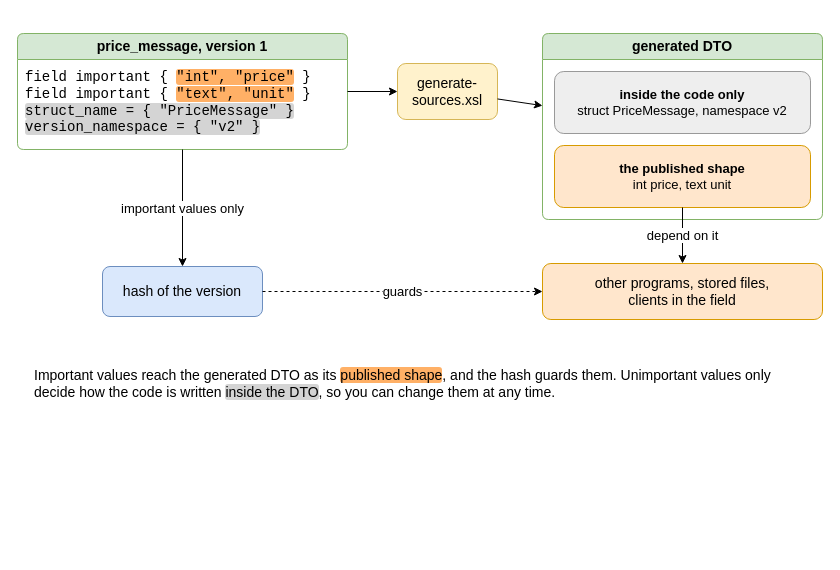
The draw.io diagram drawio/44_important_dto.drawio in goloveshin/galimatron_doc, before the edit. Source tidied: cells renumbered, new cells numbered last; positions are measured from the earlier drawing's top-left corner, leaving out a move shared by most shapes. Both pictures are drawn from the tidied source at 100%, with x=0, y=0 at pixel (17, 33).
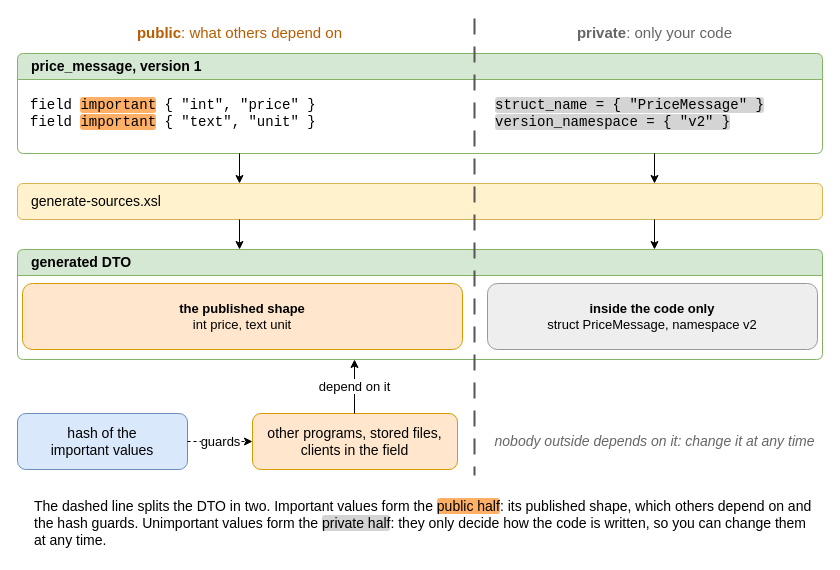
Above is the later version.

What changed in the source:
```diff
@@
+    <mxCell id="16" value="&lt;b&gt;public&lt;/b&gt;: what others depend on" style="text;html=1;whiteSpace=wrap;verticalAlign=middle;align=center;fontSize=15;fontColor=#b85c00;" parent="1" vertex="1">
+      <mxGeometry y="-15" width="445" height="28" as="geometry" />
+    </mxCell>
+    <mxCell id="17" value="&lt;b&gt;private&lt;/b&gt;: only your code" style="text;html=1;whiteSpace=wrap;verticalAlign=middle;align=center;fontSize=15;fontColor=#666666;" parent="1" vertex="1">
+      <mxGeometry x="470" y="-15" width="335" height="28" as="geometry" />
+    </mxCell>
-    <mxCell id="2" value="price_message, version 1" style="swimlane;whiteSpace=wrap;html=1;rounded=1;arcSize=8;startSize=26;fillColor=#d5e8d4;strokeColor=#82b366;swimlaneFillColor=#ffffff;fontStyle=1;fontSize=14;align=center;" parent="1" vertex="1">
-      <mxGeometry width="330" height="116" as="geometry" />
+    <mxCell id="2" value="price_message, version 1" style="swimlane;whiteSpace=wrap;html=1;rounded=1;arcSize=8;startSize=26;fillColor=#d5e8d4;strokeColor=#82b366;swimlaneFillColor=#ffffff;fontStyle=1;fontSize=14;align=left;spacingLeft=12;" parent="1" vertex="1">
+      <mxGeometry y="20" width="805" height="100" as="geometry" />
     </mxCell>
-    <mxCell id="3" value="field important { &lt;span style=&quot;background-color:#ffb066;border-radius:3px;&quot;&gt;&quot;int&quot;, &quot;price&quot;&lt;/span&gt; }&lt;br&gt;field important { &lt;span style=&quot;background-color:#ffb066;border-radius:3px;&quot;&gt;&quot;text&quot;, &quot;unit&quot;&lt;/span&gt; }&lt;br&gt;&lt;span style=&quot;background-color:#d4d4d4;border-radius:3px;&quot;&gt;struct_name = { &quot;PriceMessage&quot; }&lt;/span&gt;&lt;br&gt;&lt;span style=&quot;background-color:#d4d4d4;border-radius:3px;&quot;&gt;version_namespace = { &quot;v2&quot; }&lt;/span&gt;" style="text;html=1;whiteSpace=wrap;verticalAlign=top;align=left;fontFamily=Courier New;fontSize=14;spacingLeft=6;spacingRight=4;spacingTop=3;" parent="2" vertex="1">
-      <mxGeometry y="26" width="330" height="90" as="geometry" />
-    </mxCell>
+    <mxCell id="18" value="field &lt;span style=&quot;background-color:#ffb066;border-radius:3px;&quot;&gt;important&lt;/span&gt; { &quot;int&quot;, &quot;price&quot; }&lt;br&gt;field &lt;span style=&quot;background-color:#ffb066;border-radius:3px;&quot;&gt;important&lt;/span&gt; { &quot;text&quot;, &quot;unit&quot; }" style="text;html=1;whiteSpace=wrap;verticalAlign=middle;align=left;fontFamily=Courier New;fontSize=14;spacingLeft=6;" parent="2" vertex="1">
+      <mxGeometry x="5" y="30" width="440" height="60" as="geometry" />
+    </mxCell>
+    <mxCell id="19" value="&lt;span style=&quot;background-color:#d4d4d4;border-radius:3px;&quot;&gt;struct_name = { &quot;PriceMessage&quot; }&lt;/span&gt;&lt;br&gt;&lt;span style=&quot;background-color:#d4d4d4;border-radius:3px;&quot;&gt;version_namespace = { &quot;v2&quot; }&lt;/span&gt;" style="text;html=1;whiteSpace=wrap;verticalAlign=middle;align=left;fontFamily=Courier New;fontSize=14;spacingLeft=6;" parent="2" vertex="1">
+      <mxGeometry x="470" y="30" width="330" height="60" as="geometry" />
+    </mxCell>
-    <mxCell id="4" value="generate-&lt;br&gt;sources.xsl" style="rounded=1;whiteSpace=wrap;html=1;fillColor=#fff2cc;strokeColor=#d6b656;fontSize=14;" parent="1" vertex="1">
-      <mxGeometry x="380" y="30" width="100" height="56" as="geometry" />
+    <mxCell id="4" value="generate-sources.xsl" style="rounded=1;whiteSpace=wrap;html=1;fillColor=#fff2cc;strokeColor=#d6b656;fontSize=14;align=left;spacingLeft=12;" parent="1" vertex="1">
+      <mxGeometry y="150" width="805" height="36" as="geometry" />
     </mxCell>
-    <mxCell id="5" value="generated DTO" style="swimlane;whiteSpace=wrap;html=1;rounded=1;arcSize=8;startSize=26;fillColor=#d5e8d4;strokeColor=#82b366;swimlaneFillColor=#ffffff;fontStyle=1;fontSize=14;align=center;" parent="1" vertex="1">
-      <mxGeometry x="525" width="280" height="186" as="geometry" />
+    <mxCell id="5" value="generated DTO" style="swimlane;whiteSpace=wrap;html=1;rounded=1;arcSize=8;startSize=26;fillColor=#d5e8d4;strokeColor=#82b366;swimlaneFillColor=#ffffff;fontStyle=1;fontSize=14;align=left;spacingLeft=12;" parent="1" vertex="1">
+      <mxGeometry y="216" width="805" height="110" as="geometry" />
     </mxCell>
+    <mxCell id="7" value="&lt;b&gt;the published shape&lt;/b&gt;&lt;br&gt;int price, text unit" style="rounded=1;whiteSpace=wrap;html=1;fillColor=#ffe6cc;strokeColor=#d79b00;fontSize=13;" parent="5" vertex="1">
+      <mxGeometry x="5" y="34" width="440" height="66" as="geometry" />
+    </mxCell>
     <mxCell id="6" value="&lt;b&gt;inside the code only&lt;/b&gt;&lt;br&gt;struct PriceMessage, namespace v2" style="rounded=1;whiteSpace=wrap;html=1;fillColor=#eeeeee;strokeColor=#999999;fontSize=13;" parent="5" vertex="1">
-      <mxGeometry x="12" y="38" width="256" height="62" as="geometry" />
+      <mxGeometry x="470" y="34" width="330" height="66" as="geometry" />
     </mxCell>
-    <mxCell id="7" value="&lt;b&gt;the published shape&lt;/b&gt;&lt;br&gt;int price, text unit" style="rounded=1;whiteSpace=wrap;html=1;fillColor=#ffe6cc;strokeColor=#d79b00;fontSize=13;" parent="5" vertex="1">
-      <mxGeometry x="12" y="112" width="256" height="62" as="geometry" />
-    </mxCell>
+    <mxCell id="9" value="hash of the&lt;br&gt;important values" style="rounded=1;whiteSpace=wrap;html=1;fillColor=#dae8fc;strokeColor=#6c8ebf;fontSize=14;" parent="1" vertex="1">
+      <mxGeometry y="380" width="170" height="56" as="geometry" />
+    </mxCell>
-    <mxCell id="8" value="other programs, stored files,&lt;br&gt;clients in the field" style="rounded=1;whiteSpace=wrap;html=1;fillColor=#ffe6cc;strokeColor=#d79b00;fontSize=14;" parent="1" vertex="1">
-      <mxGeometry x="525" y="230" width="280" height="56" as="geometry" />
+    <mxCell id="8" value="other programs, stored files, clients in the field" style="rounded=1;whiteSpace=wrap;html=1;fillColor=#ffe6cc;strokeColor=#d79b00;fontSize=14;" parent="1" vertex="1">
+      <mxGeometry x="235" y="380" width="205" height="56" as="geometry" />
     </mxCell>
-    <mxCell id="9" value="hash of the version" style="rounded=1;whiteSpace=wrap;html=1;fillColor=#dae8fc;strokeColor=#6c8ebf;fontSize=14;" parent="1" vertex="1">
-      <mxGeometry x="85" y="233" width="160" height="50" as="geometry" />
-    </mxCell>
+    <mxCell id="20" value="nobody outside depends on it: change it at any time" style="text;html=1;whiteSpace=wrap;verticalAlign=middle;align=center;fontSize=14;fontStyle=2;fontColor=#666666;" parent="1" vertex="1">
+      <mxGeometry x="470" y="380" width="335" height="56" as="geometry" />
+    </mxCell>
-    <mxCell id="10" style="endArrow=classic;html=1;labelBackgroundColor=#ffffff;edgeStyle=none;" parent="1" edge="1" source="2" target="4">
-      <mxGeometry relative="1" as="geometry" />
+    <mxCell id="10" style="endArrow=classic;html=1;edgeStyle=none;" parent="1" edge="1">
+      <mxGeometry relative="1" as="geometry">
+        <mxPoint x="222" y="120" as="sourcePoint" />
+        <mxPoint x="222" y="150" as="targetPoint" />
+      </mxGeometry>
     </mxCell>
+    <mxCell id="21" style="endArrow=classic;html=1;edgeStyle=none;" parent="1" edge="1">
+      <mxGeometry relative="1" as="geometry">
+        <mxPoint x="637" y="120" as="sourcePoint" />
+        <mxPoint x="637" y="150" as="targetPoint" />
+      </mxGeometry>
+    </mxCell>
-    <mxCell id="11" style="endArrow=classic;html=1;labelBackgroundColor=#ffffff;edgeStyle=none;" parent="1" edge="1" source="4" target="5">
-      <mxGeometry relative="1" as="geometry" />
+    <mxCell id="11" style="endArrow=classic;html=1;edgeStyle=none;" parent="1" edge="1">
+      <mxGeometry relative="1" as="geometry">
+        <mxPoint x="222" y="186" as="sourcePoint" />
+        <mxPoint x="222" y="216" as="targetPoint" />
+      </mxGeometry>
     </mxCell>
+    <mxCell id="22" style="endArrow=classic;html=1;edgeStyle=none;" parent="1" edge="1">
+      <mxGeometry relative="1" as="geometry">
+        <mxPoint x="637" y="186" as="sourcePoint" />
+        <mxPoint x="637" y="216" as="targetPoint" />
+      </mxGeometry>
+    </mxCell>
-    <mxCell id="12" value="depend on it" style="endArrow=classic;html=1;labelBackgroundColor=#ffffff;edgeStyle=none;fontSize=13;" parent="1" edge="1" source="7" target="8">
-      <mxGeometry relative="1" as="geometry" />
+    <mxCell id="12" value="depend on it" style="endArrow=classic;html=1;labelBackgroundColor=#ffffff;edgeStyle=none;fontSize=13;" parent="1" edge="1">
+      <mxGeometry relative="1" as="geometry">
+        <mxPoint x="337" y="380" as="sourcePoint" />
+        <mxPoint x="337" y="326" as="targetPoint" />
+      </mxGeometry>
     </mxCell>
-    <mxCell id="13" value="important values only" style="endArrow=classic;html=1;labelBackgroundColor=#ffffff;edgeStyle=none;fontSize=13;" parent="1" edge="1" source="2" target="9">
-      <mxGeometry relative="1" as="geometry" />
-    </mxCell>
@@
+    <mxCell id="23" style="endArrow=none;html=1;edgeStyle=none;dashed=1;dashPattern=8 6;strokeWidth=2;strokeColor=#555555;" parent="1" edge="1">
+      <mxGeometry relative="1" as="geometry">
+        <mxPoint x="457" y="-15" as="sourcePoint" />
+        <mxPoint x="457" y="442" as="targetPoint" />
+      </mxGeometry>
+    </mxCell>
-    <mxCell id="15" value="Important values reach the generated DTO as its &lt;span style=&quot;background-color:#ffb066;border-radius:3px;&quot;&gt;published shape&lt;/span&gt;, and the hash guards them. Unimportant values only decide how the code is written &lt;span style=&quot;background-color:#d4d4d4;border-radius:3px;&quot;&gt;inside the DTO&lt;/span&gt;, so you can change them at any time." style="text;html=1;whiteSpace=wrap;verticalAlign=middle;align=left;fontSize=14;" parent="1" vertex="1">
-      <mxGeometry x="15" y="315" width="760" height="70" as="geometry" />
+    <mxCell id="15" value="The dashed line splits the DTO in two. Important values form the &lt;span style=&quot;background-color:#ffb066;border-radius:3px;&quot;&gt;public half&lt;/span&gt;: its published shape, which others depend on and the hash guards. Unimportant values form the &lt;span style=&quot;background-color:#d4d4d4;border-radius:3px;&quot;&gt;private half&lt;/span&gt;: they only decide how the code is written, so you can change them at any time." style="text;html=1;whiteSpace=wrap;verticalAlign=middle;align=left;fontSize=14;" parent="1" vertex="1">
+      <mxGeometry x="15" y="460" width="780" height="60" as="geometry" />
     </mxCell>
```
